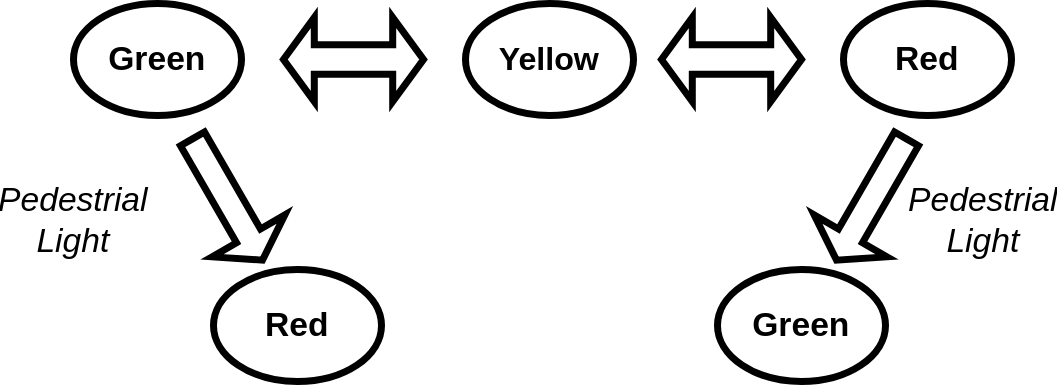
Earlier version of the draw.io export diagrams/machine_state_diagram.drawio.svg (SamRB-dev/Traffic_Light_System). Source tidied: cells renumbered, new cells last; positions are measured from the earlier drawing's top-left corner, leaving out a move shared by most shapes. Its diagram source:
```xml
<mxGraphModel>
  <root>
    <mxCell id="0" />
    <mxCell id="1" parent="0" />
    <mxCell id="2" style="ellipse;whiteSpace=wrap;html=1;rounded=0;glass=0;strokeColor=default;strokeWidth=5;align=left;verticalAlign=top;spacingLeft=4;spacingRight=4;fontFamily=Helvetica;fontSize=12;fontColor=default;labelBackgroundColor=default;fillColor=none;gradientColor=none;" parent="1" vertex="1">
      <mxGeometry x="30" width="120" height="80" as="geometry" />
    </mxCell>
    <mxCell id="3" value="&lt;div&gt;&lt;b&gt;&lt;font style=&quot;font-size: 24px;&quot;&gt;Green&lt;/font&gt;&lt;/b&gt;&lt;/div&gt;" style="text;html=1;align=center;verticalAlign=middle;whiteSpace=wrap;rounded=0;fontFamily=Helvetica;fontSize=12;fontColor=default;labelBackgroundColor=default;" parent="1" vertex="1">
      <mxGeometry x="60" y="25" width="60" height="30" as="geometry" />
    </mxCell>
    <mxCell id="4" style="ellipse;whiteSpace=wrap;html=1;rounded=0;glass=0;strokeColor=default;strokeWidth=5;align=left;verticalAlign=top;spacingLeft=4;spacingRight=4;fontFamily=Helvetica;fontSize=12;fontColor=default;labelBackgroundColor=default;fillColor=none;gradientColor=none;" parent="1" vertex="1">
      <mxGeometry x="310" width="120" height="80" as="geometry" />
    </mxCell>
    <mxCell id="5" value="&lt;b&gt;&lt;font style=&quot;font-size: 23px;&quot;&gt;Yellow&lt;/font&gt;&lt;/b&gt;" style="text;html=1;align=center;verticalAlign=middle;whiteSpace=wrap;rounded=0;fontFamily=Helvetica;fontSize=12;fontColor=default;labelBackgroundColor=default;" parent="1" vertex="1">
      <mxGeometry x="340" y="25" width="60" height="30" as="geometry" />
    </mxCell>
    <mxCell id="6" style="ellipse;whiteSpace=wrap;html=1;rounded=0;glass=0;strokeColor=default;strokeWidth=5;align=left;verticalAlign=top;spacingLeft=4;spacingRight=4;fontFamily=Helvetica;fontSize=12;fontColor=default;labelBackgroundColor=default;fillColor=none;gradientColor=none;" parent="1" vertex="1">
      <mxGeometry x="580" width="120" height="80" as="geometry" />
    </mxCell>
    <mxCell id="7" value="&lt;b style=&quot;font-size: 24px;&quot;&gt;Red&lt;br&gt;&lt;/b&gt;" style="text;html=1;align=center;verticalAlign=middle;whiteSpace=wrap;rounded=0;fontFamily=Helvetica;fontSize=12;fontColor=default;labelBackgroundColor=default;" parent="1" vertex="1">
      <mxGeometry x="610" y="25" width="60" height="30" as="geometry" />
    </mxCell>
    <mxCell id="8" style="html=1;shadow=0;dashed=0;align=center;verticalAlign=middle;shape=mxgraph.arrows2.twoWayArrow;dy=0.65;dx=22;rounded=0;glass=0;strokeColor=default;strokeWidth=5;spacingLeft=4;spacingRight=4;fontFamily=Helvetica;fontSize=12;fontColor=default;labelBackgroundColor=default;fillColor=none;gradientColor=none;" parent="1" vertex="1">
      <mxGeometry x="180" y="10" width="100" height="60" as="geometry" />
    </mxCell>
    <mxCell id="9" style="html=1;shadow=0;dashed=0;align=center;verticalAlign=middle;shape=mxgraph.arrows2.twoWayArrow;dy=0.65;dx=22;rounded=0;glass=0;strokeColor=default;strokeWidth=5;spacingLeft=4;spacingRight=4;fontFamily=Helvetica;fontSize=12;fontColor=default;labelBackgroundColor=default;fillColor=none;gradientColor=none;" parent="1" vertex="1">
      <mxGeometry x="450" y="10" width="100" height="60" as="geometry" />
    </mxCell>
    <mxCell id="10" style="ellipse;whiteSpace=wrap;html=1;rounded=0;glass=0;strokeColor=default;strokeWidth=5;align=left;verticalAlign=top;spacingLeft=4;spacingRight=4;fontFamily=Helvetica;fontSize=12;fontColor=default;labelBackgroundColor=default;fillColor=none;gradientColor=none;" parent="1" vertex="1">
      <mxGeometry x="130" y="190" width="120" height="80" as="geometry" />
    </mxCell>
    <mxCell id="11" value="&lt;div&gt;&lt;b&gt;&lt;font style=&quot;font-size: 24px;&quot;&gt;Red&lt;/font&gt;&lt;/b&gt;&lt;/div&gt;" style="text;html=1;align=center;verticalAlign=middle;whiteSpace=wrap;rounded=0;fontFamily=Helvetica;fontSize=12;fontColor=default;labelBackgroundColor=default;" parent="1" vertex="1">
      <mxGeometry x="160" y="215" width="60" height="30" as="geometry" />
    </mxCell>
    <mxCell id="12" style="html=1;shadow=0;dashed=0;align=center;verticalAlign=middle;shape=mxgraph.arrows2.arrow;dy=0.67;dx=20;notch=0;rounded=0;glass=0;strokeColor=default;strokeWidth=5;spacingLeft=4;spacingRight=4;fontFamily=Helvetica;fontSize=12;fontColor=default;labelBackgroundColor=default;fillColor=none;gradientColor=none;rotation=60;" parent="1" vertex="1">
      <mxGeometry x="90" y="110" width="100" height="60" as="geometry" />
    </mxCell>
    <mxCell id="13" style="ellipse;whiteSpace=wrap;html=1;rounded=0;glass=0;strokeColor=default;strokeWidth=5;align=left;verticalAlign=top;spacingLeft=4;spacingRight=4;fontFamily=Helvetica;fontSize=12;fontColor=default;labelBackgroundColor=default;fillColor=none;gradientColor=none;" parent="1" vertex="1">
      <mxGeometry x="490" y="190" width="120" height="80" as="geometry" />
    </mxCell>
    <mxCell id="14" value="&lt;div&gt;&lt;b style=&quot;font-size: 24px;&quot;&gt;Green&lt;/b&gt;&lt;br&gt;&lt;/div&gt;" style="text;html=1;align=center;verticalAlign=middle;whiteSpace=wrap;rounded=0;fontFamily=Helvetica;fontSize=12;fontColor=default;labelBackgroundColor=default;" parent="1" vertex="1">
      <mxGeometry x="520" y="215" width="60" height="30" as="geometry" />
    </mxCell>
    <mxCell id="15" style="html=1;shadow=0;dashed=0;align=center;verticalAlign=middle;shape=mxgraph.arrows2.arrow;dy=0.67;dx=20;notch=0;rounded=0;glass=0;strokeColor=default;strokeWidth=5;spacingLeft=4;spacingRight=4;fontFamily=Helvetica;fontSize=12;fontColor=default;labelBackgroundColor=default;fillColor=none;gradientColor=none;rotation=120;" parent="1" vertex="1">
      <mxGeometry x="550" y="110" width="100" height="60" as="geometry" />
    </mxCell>
    <mxCell id="16" value="&lt;div align=&quot;center&quot;&gt;&lt;i&gt;&lt;font style=&quot;font-size: 24px;&quot;&gt;Pedestrial Light&lt;/font&gt;&lt;/i&gt;&lt;/div&gt;" style="text;html=1;align=center;verticalAlign=middle;whiteSpace=wrap;rounded=0;fontFamily=Helvetica;fontSize=12;fontColor=default;labelBackgroundColor=default;" parent="1" vertex="1">
      <mxGeometry y="140" width="60" height="30" as="geometry" />
    </mxCell>
    <mxCell id="17" value="&lt;div align=&quot;center&quot;&gt;&lt;i&gt;&lt;font style=&quot;font-size: 24px;&quot;&gt;Pedestrial Light&lt;/font&gt;&lt;/i&gt;&lt;/div&gt;" style="text;html=1;align=center;verticalAlign=middle;whiteSpace=wrap;rounded=0;fontFamily=Helvetica;fontSize=12;fontColor=default;labelBackgroundColor=default;" parent="1" vertex="1">
      <mxGeometry x="650" y="140" width="60" height="30" as="geometry" />
    </mxCell>
  </root>
</mxGraphModel>
```
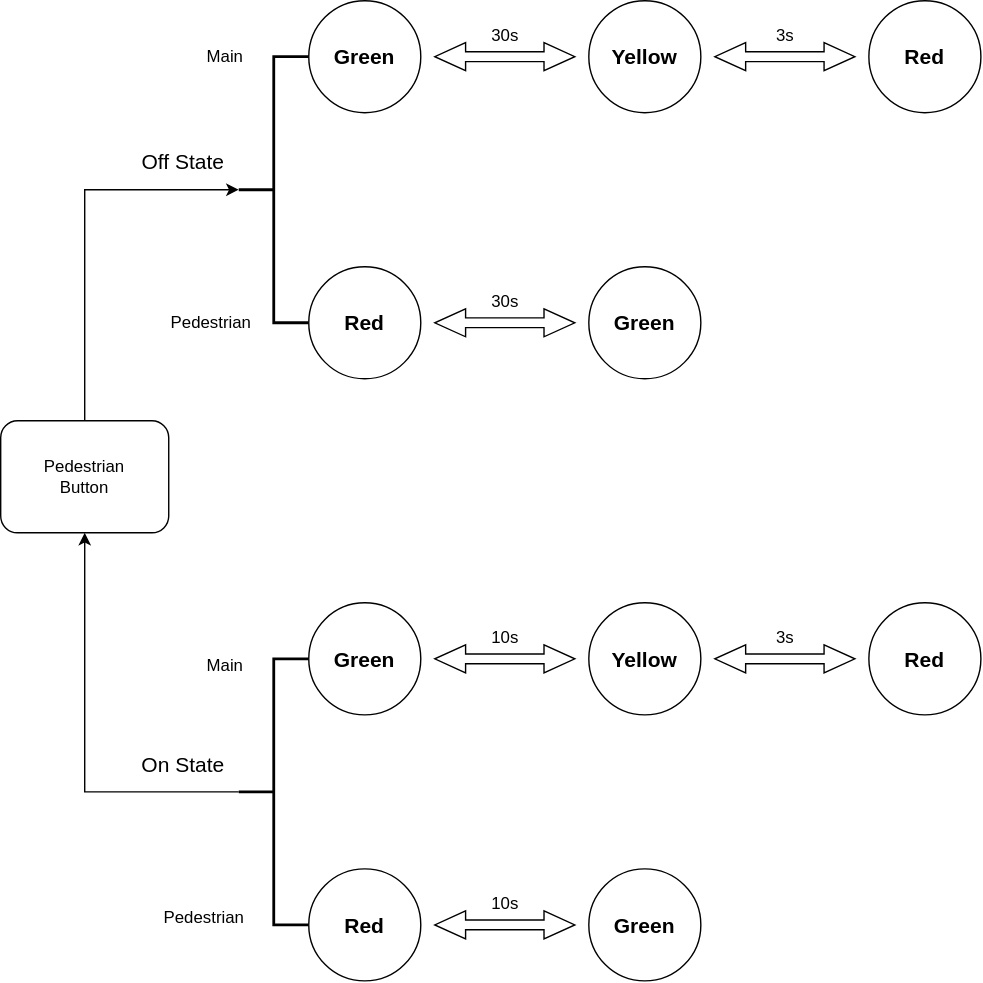
The same file after the commit.

Change to the diagram source:
```diff
@@ -2,53 +2,104 @@
   <root>
     <mxCell id="0" />
     <mxCell id="1" parent="0" />
-    <mxCell id="2" style="ellipse;whiteSpace=wrap;html=1;rounded=0;glass=0;strokeColor=default;strokeWidth=5;align=left;verticalAlign=top;spacingLeft=4;spacingRight=4;fontFamily=Helvetica;fontSize=12;fontColor=default;labelBackgroundColor=default;fillColor=none;gradientColor=none;" parent="1" vertex="1">
-      <mxGeometry x="30" width="120" height="80" as="geometry" />
-    </mxCell>
-    <mxCell id="3" value="&lt;div&gt;&lt;b&gt;&lt;font style=&quot;font-size: 24px;&quot;&gt;Green&lt;/font&gt;&lt;/b&gt;&lt;/div&gt;" style="text;html=1;align=center;verticalAlign=middle;whiteSpace=wrap;rounded=0;fontFamily=Helvetica;fontSize=12;fontColor=default;labelBackgroundColor=default;" parent="1" vertex="1">
-      <mxGeometry x="60" y="25" width="60" height="30" as="geometry" />
-    </mxCell>
-    <mxCell id="4" style="ellipse;whiteSpace=wrap;html=1;rounded=0;glass=0;strokeColor=default;strokeWidth=5;align=left;verticalAlign=top;spacingLeft=4;spacingRight=4;fontFamily=Helvetica;fontSize=12;fontColor=default;labelBackgroundColor=default;fillColor=none;gradientColor=none;" parent="1" vertex="1">
-      <mxGeometry x="310" width="120" height="80" as="geometry" />
-    </mxCell>
-    <mxCell id="5" value="&lt;b&gt;&lt;font style=&quot;font-size: 23px;&quot;&gt;Yellow&lt;/font&gt;&lt;/b&gt;" style="text;html=1;align=center;verticalAlign=middle;whiteSpace=wrap;rounded=0;fontFamily=Helvetica;fontSize=12;fontColor=default;labelBackgroundColor=default;" parent="1" vertex="1">
-      <mxGeometry x="340" y="25" width="60" height="30" as="geometry" />
-    </mxCell>
-    <mxCell id="6" style="ellipse;whiteSpace=wrap;html=1;rounded=0;glass=0;strokeColor=default;strokeWidth=5;align=left;verticalAlign=top;spacingLeft=4;spacingRight=4;fontFamily=Helvetica;fontSize=12;fontColor=default;labelBackgroundColor=default;fillColor=none;gradientColor=none;" parent="1" vertex="1">
-      <mxGeometry x="580" width="120" height="80" as="geometry" />
-    </mxCell>
-    <mxCell id="7" value="&lt;b style=&quot;font-size: 24px;&quot;&gt;Red&lt;br&gt;&lt;/b&gt;" style="text;html=1;align=center;verticalAlign=middle;whiteSpace=wrap;rounded=0;fontFamily=Helvetica;fontSize=12;fontColor=default;labelBackgroundColor=default;" parent="1" vertex="1">
-      <mxGeometry x="610" y="25" width="60" height="30" as="geometry" />
-    </mxCell>
-    <mxCell id="8" style="html=1;shadow=0;dashed=0;align=center;verticalAlign=middle;shape=mxgraph.arrows2.twoWayArrow;dy=0.65;dx=22;rounded=0;glass=0;strokeColor=default;strokeWidth=5;spacingLeft=4;spacingRight=4;fontFamily=Helvetica;fontSize=12;fontColor=default;labelBackgroundColor=default;fillColor=none;gradientColor=none;" parent="1" vertex="1">
-      <mxGeometry x="180" y="10" width="100" height="60" as="geometry" />
-    </mxCell>
-    <mxCell id="9" style="html=1;shadow=0;dashed=0;align=center;verticalAlign=middle;shape=mxgraph.arrows2.twoWayArrow;dy=0.65;dx=22;rounded=0;glass=0;strokeColor=default;strokeWidth=5;spacingLeft=4;spacingRight=4;fontFamily=Helvetica;fontSize=12;fontColor=default;labelBackgroundColor=default;fillColor=none;gradientColor=none;" parent="1" vertex="1">
-      <mxGeometry x="450" y="10" width="100" height="60" as="geometry" />
-    </mxCell>
-    <mxCell id="10" style="ellipse;whiteSpace=wrap;html=1;rounded=0;glass=0;strokeColor=default;strokeWidth=5;align=left;verticalAlign=top;spacingLeft=4;spacingRight=4;fontFamily=Helvetica;fontSize=12;fontColor=default;labelBackgroundColor=default;fillColor=none;gradientColor=none;" parent="1" vertex="1">
-      <mxGeometry x="130" y="190" width="120" height="80" as="geometry" />
-    </mxCell>
-    <mxCell id="11" value="&lt;div&gt;&lt;b&gt;&lt;font style=&quot;font-size: 24px;&quot;&gt;Red&lt;/font&gt;&lt;/b&gt;&lt;/div&gt;" style="text;html=1;align=center;verticalAlign=middle;whiteSpace=wrap;rounded=0;fontFamily=Helvetica;fontSize=12;fontColor=default;labelBackgroundColor=default;" parent="1" vertex="1">
-      <mxGeometry x="160" y="215" width="60" height="30" as="geometry" />
-    </mxCell>
-    <mxCell id="12" style="html=1;shadow=0;dashed=0;align=center;verticalAlign=middle;shape=mxgraph.arrows2.arrow;dy=0.67;dx=20;notch=0;rounded=0;glass=0;strokeColor=default;strokeWidth=5;spacingLeft=4;spacingRight=4;fontFamily=Helvetica;fontSize=12;fontColor=default;labelBackgroundColor=default;fillColor=none;gradientColor=none;rotation=60;" parent="1" vertex="1">
-      <mxGeometry x="90" y="110" width="100" height="60" as="geometry" />
-    </mxCell>
-    <mxCell id="13" style="ellipse;whiteSpace=wrap;html=1;rounded=0;glass=0;strokeColor=default;strokeWidth=5;align=left;verticalAlign=top;spacingLeft=4;spacingRight=4;fontFamily=Helvetica;fontSize=12;fontColor=default;labelBackgroundColor=default;fillColor=none;gradientColor=none;" parent="1" vertex="1">
-      <mxGeometry x="490" y="190" width="120" height="80" as="geometry" />
-    </mxCell>
-    <mxCell id="14" value="&lt;div&gt;&lt;b style=&quot;font-size: 24px;&quot;&gt;Green&lt;/b&gt;&lt;br&gt;&lt;/div&gt;" style="text;html=1;align=center;verticalAlign=middle;whiteSpace=wrap;rounded=0;fontFamily=Helvetica;fontSize=12;fontColor=default;labelBackgroundColor=default;" parent="1" vertex="1">
-      <mxGeometry x="520" y="215" width="60" height="30" as="geometry" />
-    </mxCell>
-    <mxCell id="15" style="html=1;shadow=0;dashed=0;align=center;verticalAlign=middle;shape=mxgraph.arrows2.arrow;dy=0.67;dx=20;notch=0;rounded=0;glass=0;strokeColor=default;strokeWidth=5;spacingLeft=4;spacingRight=4;fontFamily=Helvetica;fontSize=12;fontColor=default;labelBackgroundColor=default;fillColor=none;gradientColor=none;rotation=120;" parent="1" vertex="1">
-      <mxGeometry x="550" y="110" width="100" height="60" as="geometry" />
-    </mxCell>
-    <mxCell id="16" value="&lt;div align=&quot;center&quot;&gt;&lt;i&gt;&lt;font style=&quot;font-size: 24px;&quot;&gt;Pedestrial Light&lt;/font&gt;&lt;/i&gt;&lt;/div&gt;" style="text;html=1;align=center;verticalAlign=middle;whiteSpace=wrap;rounded=0;fontFamily=Helvetica;fontSize=12;fontColor=default;labelBackgroundColor=default;" parent="1" vertex="1">
-      <mxGeometry y="140" width="60" height="30" as="geometry" />
-    </mxCell>
-    <mxCell id="17" value="&lt;div align=&quot;center&quot;&gt;&lt;i&gt;&lt;font style=&quot;font-size: 24px;&quot;&gt;Pedestrial Light&lt;/font&gt;&lt;/i&gt;&lt;/div&gt;" style="text;html=1;align=center;verticalAlign=middle;whiteSpace=wrap;rounded=0;fontFamily=Helvetica;fontSize=12;fontColor=default;labelBackgroundColor=default;" parent="1" vertex="1">
-      <mxGeometry x="650" y="140" width="60" height="30" as="geometry" />
-    </mxCell>
+    <mxCell id="18" value="&lt;div style=&quot;font-size: 15px;&quot;&gt;&lt;font style=&quot;font-size: 15px;&quot;&gt;&lt;b style=&quot;font-size: 15px;&quot;&gt;Green&lt;/b&gt;&lt;/font&gt;&lt;/div&gt;" style="ellipse;whiteSpace=wrap;html=1;fontSize=15;" parent="1" vertex="1">
+      <mxGeometry x="160" y="-60" width="80" height="80" as="geometry" />
+    </mxCell>
+    <mxCell id="19" value="Pedestrian&lt;br&gt;Button" style="rounded=1;whiteSpace=wrap;html=1;" parent="1" vertex="1">
+      <mxGeometry x="-60" y="240" width="120" height="80" as="geometry" />
+    </mxCell>
+    <mxCell id="20" style="strokeWidth=2;html=1;shape=mxgraph.flowchart.annotation_2;align=left;labelPosition=right;rotation=0;" parent="1" vertex="1">
+      <mxGeometry x="110" y="-20" width="50" height="190" as="geometry" />
+    </mxCell>
+    <mxCell id="21" style="edgeStyle=orthogonalEdgeStyle;rounded=0;jettySize=auto;html=1;entryX=0;entryY=0.5;entryDx=0;entryDy=0;entryPerimeter=0;exitX=0.5;exitY=0;exitDx=0;exitDy=0;" parent="1" edge="1" source="19" target="20">
+      <mxGeometry relative="1" as="geometry" />
+    </mxCell>
+    <mxCell id="22" value="&lt;div style=&quot;font-size: 13px;&quot;&gt;&lt;font style=&quot;font-size: 15px;&quot;&gt;&lt;b&gt;Red&lt;/b&gt;&lt;/font&gt;&lt;/div&gt;" style="ellipse;whiteSpace=wrap;html=1;" parent="1" vertex="1">
+      <mxGeometry x="160" y="130" width="80" height="80" as="geometry" />
+    </mxCell>
+    <mxCell id="23" style="html=1;shadow=0;dashed=0;align=center;verticalAlign=middle;shape=mxgraph.arrows2.twoWayArrow;dy=0.65;dx=22;" parent="1" vertex="1">
+      <mxGeometry x="250" y="-30" width="100" height="20" as="geometry" />
+    </mxCell>
+    <mxCell id="24" value="&lt;font style=&quot;font-size: 15px;&quot;&gt;&lt;b&gt;Yellow&lt;/b&gt;&lt;/font&gt;" style="ellipse;whiteSpace=wrap;html=1;" parent="1" vertex="1">
+      <mxGeometry x="360" y="-60" width="80" height="80" as="geometry" />
+    </mxCell>
+    <mxCell id="25" value="&lt;div style=&quot;font-size: 13px;&quot;&gt;&lt;font style=&quot;font-size: 15px;&quot;&gt;&lt;b&gt;Red&lt;/b&gt;&lt;/font&gt;&lt;/div&gt;" style="ellipse;whiteSpace=wrap;html=1;" parent="1" vertex="1">
+      <mxGeometry x="560" y="-60" width="80" height="80" as="geometry" />
+    </mxCell>
+    <mxCell id="26" style="html=1;shadow=0;dashed=0;align=center;verticalAlign=middle;shape=mxgraph.arrows2.twoWayArrow;dy=0.65;dx=22;" parent="1" vertex="1">
+      <mxGeometry x="450" y="-30" width="100" height="20" as="geometry" />
+    </mxCell>
+    <mxCell id="27" value="&lt;div style=&quot;font-size: 15px;&quot;&gt;&lt;font style=&quot;font-size: 15px;&quot;&gt;&lt;b&gt;Green&lt;/b&gt;&lt;br&gt;&lt;/font&gt;&lt;/div&gt;" style="ellipse;whiteSpace=wrap;html=1;" parent="1" vertex="1">
+      <mxGeometry x="360" y="130" width="80" height="80" as="geometry" />
+    </mxCell>
+    <mxCell id="28" style="html=1;shadow=0;dashed=0;align=center;verticalAlign=middle;shape=mxgraph.arrows2.twoWayArrow;dy=0.65;dx=22;" parent="1" vertex="1">
+      <mxGeometry x="250" y="160" width="100" height="20" as="geometry" />
+    </mxCell>
+    <mxCell id="29" value="&lt;div style=&quot;font-size: 15px;&quot;&gt;&lt;font style=&quot;font-size: 15px;&quot;&gt;&lt;b style=&quot;font-size: 15px;&quot;&gt;Green&lt;/b&gt;&lt;/font&gt;&lt;/div&gt;" style="ellipse;whiteSpace=wrap;html=1;fontSize=15;" parent="1" vertex="1">
+      <mxGeometry x="160" y="370" width="80" height="80" as="geometry" />
+    </mxCell>
+    <mxCell id="30" style="edgeStyle=orthogonalEdgeStyle;rounded=0;jettySize=auto;html=1;exitX=0;exitY=0.5;exitDx=0;exitDy=0;exitPerimeter=0;entryX=0.5;entryY=1;entryDx=0;entryDy=0;" parent="1" edge="1" source="31" target="19">
+      <mxGeometry relative="1" as="geometry" />
+    </mxCell>
+    <mxCell id="31" style="strokeWidth=2;html=1;shape=mxgraph.flowchart.annotation_2;align=left;labelPosition=right;rotation=0;" parent="1" vertex="1">
+      <mxGeometry x="110" y="410" width="50" height="190" as="geometry" />
+    </mxCell>
+    <mxCell id="32" value="&lt;div style=&quot;font-size: 13px;&quot;&gt;&lt;font style=&quot;font-size: 15px;&quot;&gt;&lt;b&gt;Red&lt;/b&gt;&lt;/font&gt;&lt;/div&gt;" style="ellipse;whiteSpace=wrap;html=1;" parent="1" vertex="1">
+      <mxGeometry x="160" y="560" width="80" height="80" as="geometry" />
+    </mxCell>
+    <mxCell id="33" style="html=1;shadow=0;dashed=0;align=center;verticalAlign=middle;shape=mxgraph.arrows2.twoWayArrow;dy=0.65;dx=22;" parent="1" vertex="1">
+      <mxGeometry x="250" y="400" width="100" height="20" as="geometry" />
+    </mxCell>
+    <mxCell id="34" value="&lt;font style=&quot;font-size: 15px;&quot;&gt;&lt;b&gt;Yellow&lt;/b&gt;&lt;/font&gt;" style="ellipse;whiteSpace=wrap;html=1;" parent="1" vertex="1">
+      <mxGeometry x="360" y="370" width="80" height="80" as="geometry" />
+    </mxCell>
+    <mxCell id="35" value="&lt;div style=&quot;font-size: 13px;&quot;&gt;&lt;font style=&quot;font-size: 15px;&quot;&gt;&lt;b&gt;Red&lt;/b&gt;&lt;/font&gt;&lt;/div&gt;" style="ellipse;whiteSpace=wrap;html=1;" parent="1" vertex="1">
+      <mxGeometry x="560" y="370" width="80" height="80" as="geometry" />
+    </mxCell>
+    <mxCell id="36" style="html=1;shadow=0;dashed=0;align=center;verticalAlign=middle;shape=mxgraph.arrows2.twoWayArrow;dy=0.65;dx=22;" parent="1" vertex="1">
+      <mxGeometry x="450" y="400" width="100" height="20" as="geometry" />
+    </mxCell>
+    <mxCell id="37" value="&lt;div style=&quot;font-size: 15px;&quot;&gt;&lt;font style=&quot;font-size: 15px;&quot;&gt;&lt;b&gt;Green&lt;/b&gt;&lt;br&gt;&lt;/font&gt;&lt;/div&gt;" style="ellipse;whiteSpace=wrap;html=1;" parent="1" vertex="1">
+      <mxGeometry x="360" y="560" width="80" height="80" as="geometry" />
+    </mxCell>
+    <mxCell id="38" style="html=1;shadow=0;dashed=0;align=center;verticalAlign=middle;shape=mxgraph.arrows2.twoWayArrow;dy=0.65;dx=22;" parent="1" vertex="1">
+      <mxGeometry x="250" y="590" width="100" height="20" as="geometry" />
+    </mxCell>
+    <mxCell id="39" value="30s" style="text;html=1;align=center;verticalAlign=middle;strokeColor=none;fillColor=none;" parent="1" vertex="1">
+      <mxGeometry x="280" y="-50" width="40" height="30" as="geometry" />
+    </mxCell>
+    <mxCell id="40" value="3s" style="text;html=1;align=center;verticalAlign=middle;strokeColor=none;fillColor=none;" parent="1" vertex="1">
+      <mxGeometry x="480" y="-50" width="40" height="30" as="geometry" />
+    </mxCell>
+    <mxCell id="41" value="30s" style="text;html=1;align=center;verticalAlign=middle;strokeColor=none;fillColor=none;" parent="1" vertex="1">
+      <mxGeometry x="280" y="140" width="40" height="30" as="geometry" />
+    </mxCell>
+    <mxCell id="42" value="&lt;font style=&quot;font-size: 15px;&quot;&gt;Off State&lt;br&gt;&lt;/font&gt;" style="text;html=1;align=center;verticalAlign=middle;strokeColor=none;fillColor=none;" parent="1" vertex="1">
+      <mxGeometry x="30" y="40" width="80" height="30" as="geometry" />
+    </mxCell>
+    <mxCell id="43" value="&lt;font style=&quot;font-size: 15px;&quot;&gt;On State&lt;br&gt;&lt;/font&gt;" style="text;html=1;align=center;verticalAlign=middle;strokeColor=none;fillColor=none;" parent="1" vertex="1">
+      <mxGeometry x="30" y="470" width="80" height="30" as="geometry" />
+    </mxCell>
+    <mxCell id="44" value="10s" style="text;html=1;align=center;verticalAlign=middle;strokeColor=none;fillColor=none;" parent="1" vertex="1">
+      <mxGeometry x="280" y="380" width="40" height="30" as="geometry" />
+    </mxCell>
+    <mxCell id="45" value="&lt;div&gt;3s&lt;/div&gt;" style="text;html=1;align=center;verticalAlign=middle;strokeColor=none;fillColor=none;" parent="1" vertex="1">
+      <mxGeometry x="480" y="380" width="40" height="30" as="geometry" />
+    </mxCell>
+    <mxCell id="46" value="&lt;div&gt;10s&lt;/div&gt;" style="text;html=1;align=center;verticalAlign=middle;strokeColor=none;fillColor=none;" parent="1" vertex="1">
+      <mxGeometry x="280" y="570" width="40" height="30" as="geometry" />
+    </mxCell>
+    <mxCell id="47" value="Main" style="text;html=1;align=center;verticalAlign=middle;strokeColor=none;fillColor=none;" parent="1" vertex="1">
+      <mxGeometry x="75" y="400" width="50" height="30" as="geometry" />
+    </mxCell>
+    <mxCell id="48" value="Pedestrian" style="text;html=1;align=center;verticalAlign=middle;strokeColor=none;fillColor=none;" parent="1" vertex="1">
+      <mxGeometry x="45" y="580" width="80" height="30" as="geometry" />
+    </mxCell>
+    <mxCell id="49" value="Main" style="text;html=1;align=center;verticalAlign=middle;strokeColor=none;fillColor=none;" parent="1" vertex="1">
+      <mxGeometry x="75" y="-35" width="50" height="30" as="geometry" />
+    </mxCell>
+    <mxCell id="50" value="Pedestrian" style="text;html=1;align=center;verticalAlign=middle;strokeColor=none;fillColor=none;" parent="1" vertex="1">
+      <mxGeometry x="50" y="155" width="80" height="30" as="geometry" />
+    </mxCell>
   </root>
 </mxGraphModel>
```
